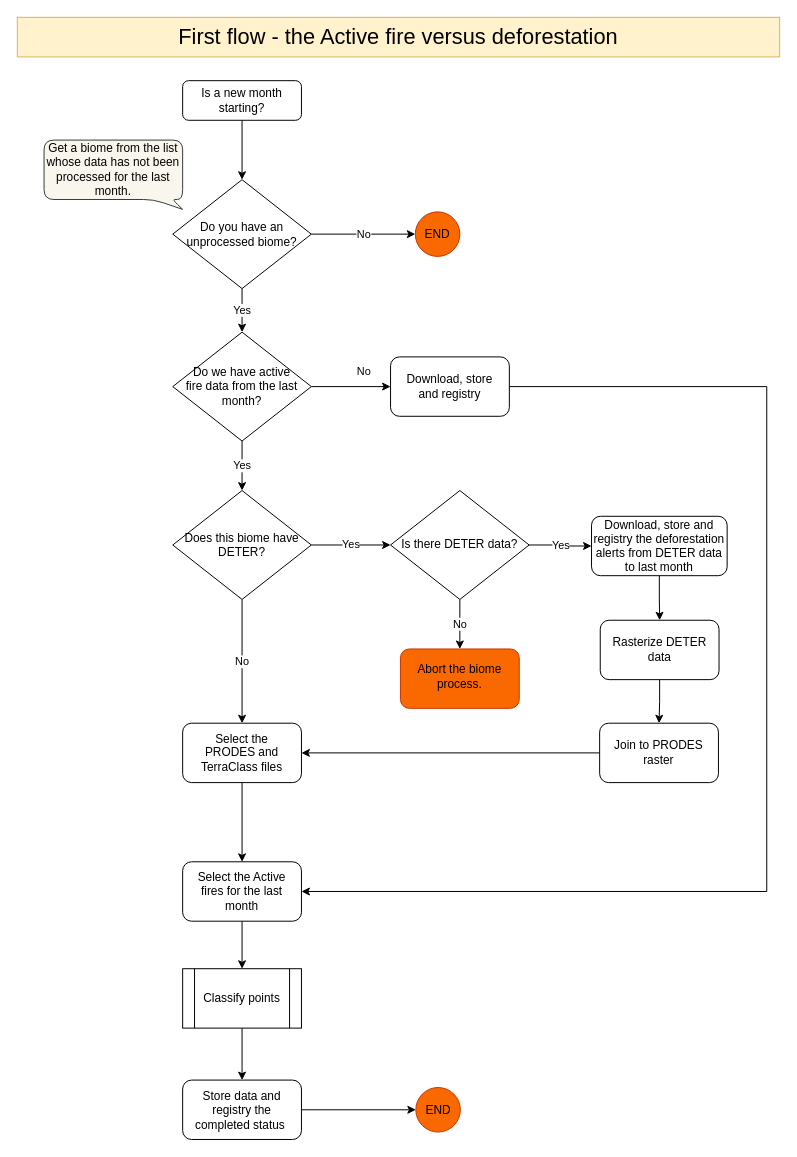
Earlier version of the draw.io diagram page "first-flow" (1 of 2) of docs/fire-classification-flow.drawio (terrabrasilis/fires-data-task). Source tidied: cells renumbered, new cells numbered last; positions are measured from the earlier drawing's top-left corner, leaving out a move shared by most shapes. Both pictures are drawn from the tidied source at 99%, with x=0, y=0 at pixel (17, 17).
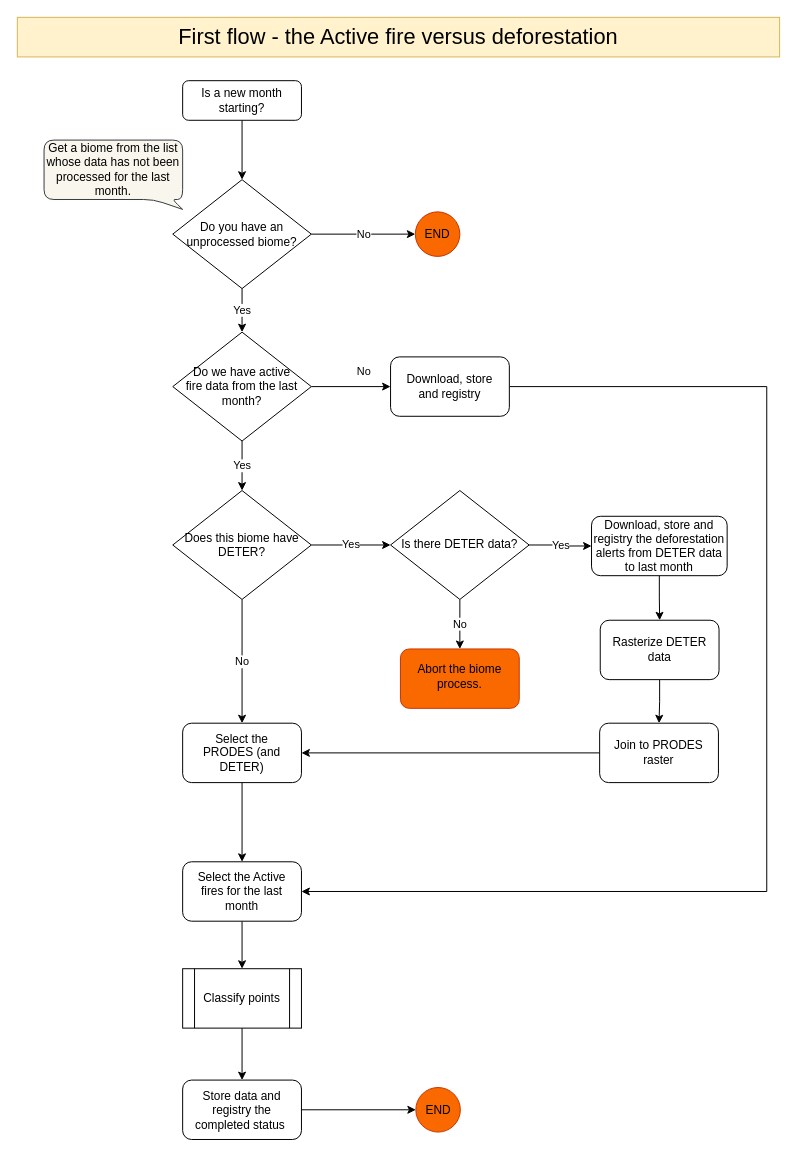
Above is the later version.

Change to the diagram source:
```diff
@@
-    <mxCell id="23" value="Select the PRODES and TerraClass files" style="rounded=1;whiteSpace=wrap;html=1;shadow=0;strokeWidth=1;spacing=12;spacingTop=0;" parent="1" vertex="1">
+    <mxCell id="23" value="Select the PRODES (and DETER)" style="rounded=1;whiteSpace=wrap;html=1;shadow=0;strokeWidth=1;spacing=12;spacingTop=0;" parent="1" vertex="1">
       <mxGeometry x="167" y="713" width="120" height="60" as="geometry" />
     </mxCell>
```
